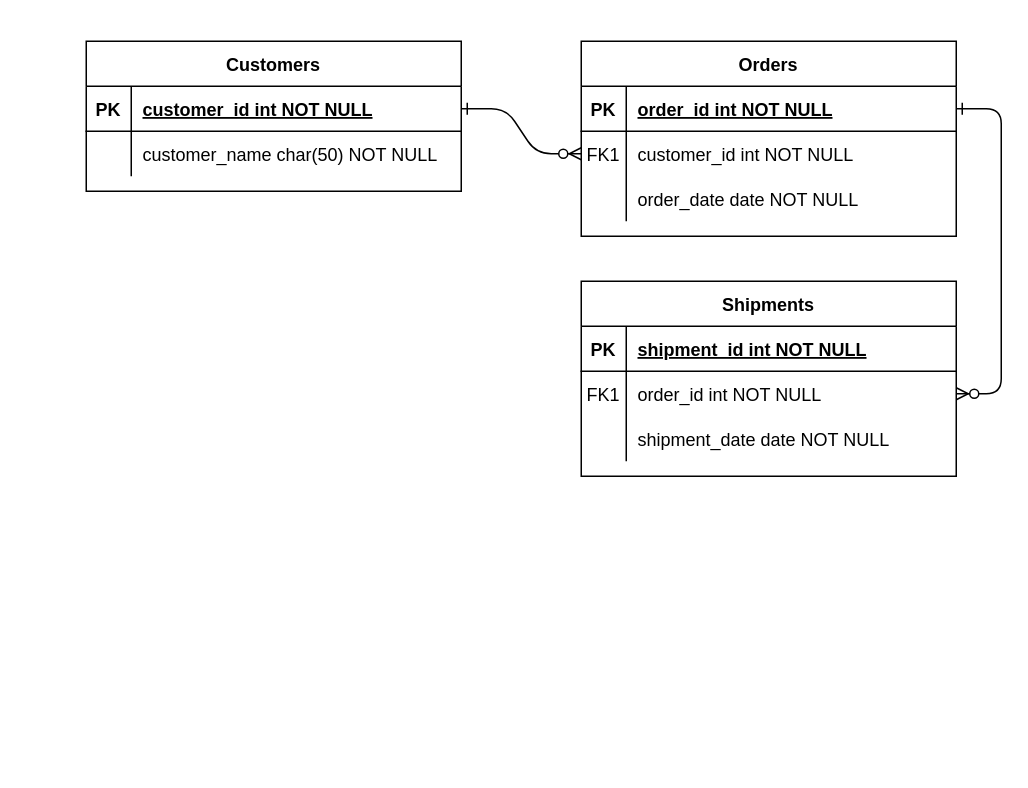
This is Диаграмма практика БД.drawio from lyudmilareshetyuk/practice-system-Gauss, a draw.io file, before an edit. Source tidied: cells renumbered, new cells numbered last; positions are measured from the earlier drawing's top-left corner, leaving out a move shared by most shapes. Both pictures are drawn from the tidied source at 150%, with x=0, y=0 at pixel (86, 40).
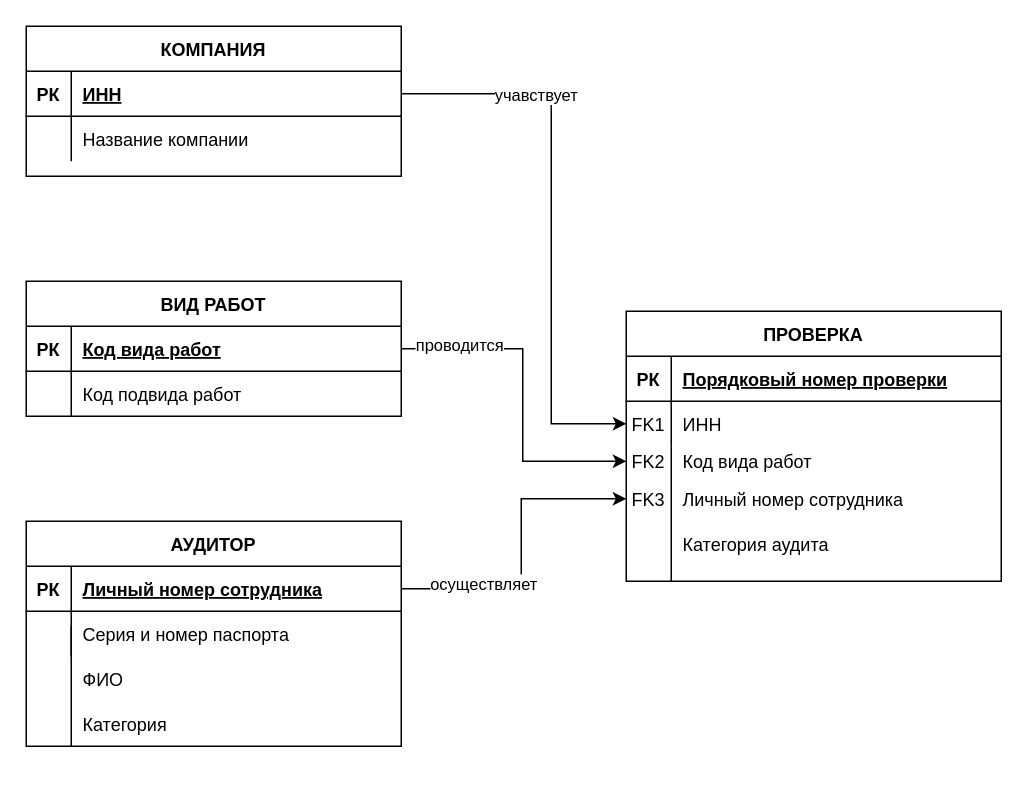
After the change.

The change refers to these unchanged cells:
```xml
<mxCell id="5" style="shape=partialRectangle;fillColor=none;points=[[0,0.5],[1,0.5]];portConstraint=eastwest;top=0;left=0;right=0;bottom=1;" parent="4" vertex="1">
  <mxGeometry y="30" width="250" height="30" as="geometry" />
</mxCell>
<mxCell id="8" style="shape=partialRectangle;fillColor=none;points=[[0,0.5],[1,0.5]];portConstraint=eastwest;top=0;left=0;right=0;bottom=0;" parent="4" vertex="1">
  <mxGeometry y="60" width="250" height="30" as="geometry" />
</mxCell>
<mxCell id="15" style="shape=partialRectangle;fillColor=none;points=[[0,0.5],[1,0.5]];portConstraint=eastwest;top=0;left=0;right=0;bottom=1;" parent="14" vertex="1">
  <mxGeometry y="30" width="250" height="30" as="geometry" />
</mxCell>
<mxCell id="18" style="shape=partialRectangle;fillColor=none;points=[[0,0.5],[1,0.5]];portConstraint=eastwest;top=0;left=0;right=0;bottom=0;" parent="14" vertex="1">
  <mxGeometry y="60" width="250" height="30" as="geometry" />
</mxCell>
<mxCell id="25" style="shape=partialRectangle;fillColor=none;points=[[0,0.5],[1,0.5]];portConstraint=eastwest;top=0;left=0;right=0;bottom=1;" parent="24" vertex="1">
  <mxGeometry y="30" width="250" height="30" as="geometry" />
</mxCell>
<mxCell id="28" style="shape=partialRectangle;fillColor=none;top=0;left=0;right=0;bottom=0;" parent="24" vertex="1">
  <mxGeometry y="60" width="250" height="30" as="geometry" />
</mxCell>
```

The edit, as a diff of the source:
```diff
@@
-    <mxCell id="2" style="edgeStyle=entityRelationEdgeStyle;endArrow=ERzeroToMany;startArrow=ERone;endFill=1;startFill=0;" parent="1" edge="1" source="25" target="8">
-      <mxGeometry relative="1" as="geometry" />
-    </mxCell>
-    <mxCell id="3" style="edgeStyle=entityRelationEdgeStyle;endArrow=ERzeroToMany;startArrow=ERone;endFill=1;startFill=0;" parent="1" edge="1" source="5" target="18">
-      <mxGeometry relative="1" as="geometry" />
-    </mxCell>
-    <mxCell id="4" value="Orders" style="shape=table;startSize=30;childLayout=tableLayout;rowLines=0;fontStyle=1;align=center;" parent="1" vertex="1">
-      <mxGeometry x="330" width="250" height="130" as="geometry" />
+    <mxCell id="4" value="ВИД РАБОТ" style="shape=table;startSize=30;childLayout=tableLayout;rowLines=0;fontStyle=1;align=center;" parent="1" vertex="1">
+      <mxGeometry x="-40" y="160" width="250" height="90" as="geometry" />
     </mxCell>
@@
-    <mxCell id="6" value="PK" style="shape=partialRectangle;overflow=hidden;fillColor=none;top=0;left=0;bottom=0;right=0;fontStyle=1;" parent="5" vertex="1">
+    <mxCell id="6" value="РК" style="shape=partialRectangle;overflow=hidden;fillColor=none;top=0;left=0;bottom=0;right=0;fontStyle=1;" parent="5" vertex="1">
       <mxGeometry width="30" height="30" as="geometry" />
     </mxCell>
-    <mxCell id="7" value="order_id int NOT NULL " style="shape=partialRectangle;overflow=hidden;fillColor=none;top=0;left=0;bottom=0;right=0;align=left;spacingLeft=6;fontStyle=5;" parent="5" vertex="1">
+    <mxCell id="7" value="Код вида работ" style="shape=partialRectangle;overflow=hidden;fillColor=none;top=0;left=0;bottom=0;right=0;align=left;spacingLeft=6;fontStyle=5;" parent="5" vertex="1">
       <mxGeometry x="30" width="220" height="30" as="geometry" />
     </mxCell>
@@
-    <mxCell id="9" value="FK1" style="shape=partialRectangle;overflow=hidden;fillColor=none;top=0;left=0;bottom=0;right=0;" parent="8" vertex="1">
+    <mxCell id="9" style="shape=partialRectangle;overflow=hidden;fillColor=none;top=0;left=0;bottom=0;right=0;" parent="8" vertex="1">
       <mxGeometry width="30" height="30" as="geometry" />
     </mxCell>
-    <mxCell id="10" value="customer_id int NOT NULL" style="shape=partialRectangle;overflow=hidden;fillColor=none;top=0;left=0;bottom=0;right=0;align=left;spacingLeft=6;" parent="8" vertex="1">
+    <mxCell id="10" value="Код подвида работ" style="shape=partialRectangle;overflow=hidden;fillColor=none;top=0;left=0;bottom=0;right=0;align=left;spacingLeft=6;" parent="8" vertex="1">
       <mxGeometry x="30" width="220" height="30" as="geometry" />
     </mxCell>
-    <mxCell id="11" style="shape=partialRectangle;fillColor=none;top=0;left=0;right=0;bottom=0;" parent="4" vertex="1">
-      <mxGeometry y="90" width="250" height="30" as="geometry" />
-    </mxCell>
-    <mxCell id="12" style="shape=partialRectangle;overflow=hidden;fillColor=none;top=0;left=0;bottom=0;right=0;" parent="11" vertex="1">
-      <mxGeometry width="30" height="30" as="geometry" />
-    </mxCell>
-    <mxCell id="13" value="order_date date NOT NULL" style="shape=partialRectangle;overflow=hidden;fillColor=none;top=0;left=0;bottom=0;right=0;align=left;spacingLeft=6;" parent="11" vertex="1">
-      <mxGeometry x="30" width="220" height="30" as="geometry" />
-    </mxCell>
-    <mxCell id="14" value="Shipments" style="shape=table;startSize=30;childLayout=tableLayout;rowLines=0;fontStyle=1;align=center;" parent="1" vertex="1">
-      <mxGeometry x="330" y="160" width="250" height="130" as="geometry" />
+    <mxCell id="14" value="КОМПАНИЯ" style="shape=table;startSize=30;childLayout=tableLayout;rowLines=0;fontStyle=1;align=center;" parent="1" vertex="1">
+      <mxGeometry x="-40" y="-10" width="250" height="100" as="geometry" />
     </mxCell>
@@
-    <mxCell id="16" value="PK" style="shape=partialRectangle;overflow=hidden;fillColor=none;top=0;left=0;bottom=0;right=0;fontStyle=1;" parent="15" vertex="1">
+    <mxCell id="16" value="РК" style="shape=partialRectangle;overflow=hidden;fillColor=none;top=0;left=0;bottom=0;right=0;fontStyle=1;" parent="15" vertex="1">
       <mxGeometry width="30" height="30" as="geometry" />
     </mxCell>
-    <mxCell id="17" value="shipment_id int NOT NULL " style="shape=partialRectangle;overflow=hidden;fillColor=none;top=0;left=0;bottom=0;right=0;align=left;spacingLeft=6;fontStyle=5;" parent="15" vertex="1">
+    <mxCell id="17" value="ИНН" style="shape=partialRectangle;overflow=hidden;fillColor=none;top=0;left=0;bottom=0;right=0;align=left;spacingLeft=6;fontStyle=5;" parent="15" vertex="1">
       <mxGeometry x="30" width="220" height="30" as="geometry" />
     </mxCell>
@@
-    <mxCell id="19" value="FK1" style="shape=partialRectangle;overflow=hidden;fillColor=none;top=0;left=0;bottom=0;right=0;" parent="18" vertex="1">
+    <mxCell id="19" style="shape=partialRectangle;overflow=hidden;fillColor=none;top=0;left=0;bottom=0;right=0;" parent="18" vertex="1">
       <mxGeometry width="30" height="30" as="geometry" />
     </mxCell>
-    <mxCell id="20" value="order_id int NOT NULL" style="shape=partialRectangle;overflow=hidden;fillColor=none;top=0;left=0;bottom=0;right=0;align=left;spacingLeft=6;" parent="18" vertex="1">
+    <mxCell id="20" value="Название компании" style="shape=partialRectangle;overflow=hidden;fillColor=none;top=0;left=0;bottom=0;right=0;align=left;spacingLeft=6;" parent="18" vertex="1">
       <mxGeometry x="30" width="220" height="30" as="geometry" />
     </mxCell>
-    <mxCell id="21" style="shape=partialRectangle;fillColor=none;top=0;left=0;right=0;bottom=0;" parent="14" vertex="1">
-      <mxGeometry y="90" width="250" height="30" as="geometry" />
-    </mxCell>
-    <mxCell id="22" style="shape=partialRectangle;overflow=hidden;fillColor=none;top=0;left=0;bottom=0;right=0;" parent="21" vertex="1">
-      <mxGeometry width="30" height="30" as="geometry" />
-    </mxCell>
-    <mxCell id="23" value="shipment_date date NOT NULL" style="shape=partialRectangle;overflow=hidden;fillColor=none;top=0;left=0;bottom=0;right=0;align=left;spacingLeft=6;" parent="21" vertex="1">
-      <mxGeometry x="30" width="220" height="30" as="geometry" />
-    </mxCell>
+    <mxCell id="31" style="group;" parent="1" vertex="1">
+      <mxGeometry x="360" y="180" width="250" height="180" as="geometry" />
+    </mxCell>
+    <mxCell id="32" value="ПРОВЕРКА" style="shape=table;startSize=30;childLayout=tableLayout;rowLines=0;fontStyle=1;align=center;" parent="31" vertex="1">
+      <mxGeometry width="250" height="180" as="geometry" />
+    </mxCell>
+    <mxCell id="33" style="shape=partialRectangle;fillColor=none;top=0;left=0;right=0;bottom=1;" parent="32" vertex="1">
+      <mxGeometry y="30" width="250" height="30" as="geometry" />
+    </mxCell>
+    <mxCell id="34" value="РК" style="shape=partialRectangle;overflow=hidden;fillColor=none;top=0;left=0;bottom=0;right=0;fontStyle=1;" parent="33" vertex="1">
+      <mxGeometry width="30" height="30" as="geometry" />
+    </mxCell>
+    <mxCell id="35" value="Порядковый номер проверки" style="shape=partialRectangle;overflow=hidden;fillColor=none;top=0;left=0;bottom=0;right=0;align=left;spacingLeft=6;fontStyle=5;" parent="33" vertex="1">
+      <mxGeometry x="30" width="220" height="30" as="geometry" />
+    </mxCell>
+    <mxCell id="36" style="shape=partialRectangle;fillColor=none;top=0;left=0;right=0;bottom=0;" parent="32" vertex="1">
+      <mxGeometry y="60" width="250" height="30" as="geometry" />
+    </mxCell>
+    <mxCell id="37" style="shape=partialRectangle;overflow=hidden;fillColor=none;top=0;left=0;bottom=0;right=0;" parent="36" vertex="1">
+      <mxGeometry width="30" height="30" as="geometry" />
+    </mxCell>
+    <mxCell id="38" style="shape=partialRectangle;overflow=hidden;fillColor=none;top=0;left=0;bottom=0;right=0;align=left;spacingLeft=6;" parent="36" vertex="1">
+      <mxGeometry x="30" width="220" height="30" as="geometry" />
+    </mxCell>
+    <mxCell id="39" style="shape=partialRectangle;fillColor=none;top=0;left=0;right=0;bottom=0;" parent="31" vertex="1">
+      <mxGeometry y="140" width="250" height="30" as="geometry" />
+    </mxCell>
+    <mxCell id="40" style="shape=partialRectangle;overflow=hidden;fillColor=none;top=0;left=0;bottom=0;right=0;" parent="39" vertex="1">
+      <mxGeometry width="30" height="30" as="geometry" />
+    </mxCell>
+    <mxCell id="41" value="Категория аудита" style="shape=partialRectangle;overflow=hidden;fillColor=none;top=0;left=0;bottom=0;right=0;align=left;spacingLeft=6;" parent="39" vertex="1">
+      <mxGeometry x="30" width="220" height="30" as="geometry" />
+    </mxCell>
+    <mxCell id="42" style="shape=partialRectangle;fillColor=none;points=[[0,0.5],[1,0.5]];portConstraint=eastwest;top=0;left=0;right=0;bottom=0;" parent="31" vertex="1">
+      <mxGeometry y="60" width="250" height="30" as="geometry" />
+    </mxCell>
+    <mxCell id="43" value="FK1" style="shape=partialRectangle;overflow=hidden;fillColor=none;top=0;left=0;bottom=0;right=0;" parent="42" vertex="1">
+      <mxGeometry width="30" height="30" as="geometry" />
+    </mxCell>
+    <mxCell id="44" value="ИНН" style="shape=partialRectangle;overflow=hidden;fillColor=none;top=0;left=0;bottom=0;right=0;align=left;spacingLeft=6;" parent="42" vertex="1">
+      <mxGeometry x="30" width="220" height="30" as="geometry" />
+    </mxCell>
+    <mxCell id="45" value="Код вида работ" style="shape=partialRectangle;overflow=hidden;fillColor=none;top=0;left=0;bottom=0;right=0;align=left;spacingLeft=6;" parent="31" vertex="1">
+      <mxGeometry x="30" y="85" width="220" height="30" as="geometry" />
+    </mxCell>
+    <mxCell id="46" value="FK2" style="shape=partialRectangle;overflow=hidden;fillColor=none;top=0;left=0;bottom=0;right=0;" parent="31" vertex="1">
+      <mxGeometry y="85" width="30" height="30" as="geometry" />
+    </mxCell>
+    <mxCell id="47" style="shape=partialRectangle;fillColor=none;points=[[0,0.5],[1,0.5]];portConstraint=eastwest;top=0;left=0;right=0;bottom=0;" parent="31" vertex="1">
+      <mxGeometry y="110" width="250" height="30" as="geometry" />
+    </mxCell>
+    <mxCell id="48" value="FK3" style="shape=partialRectangle;overflow=hidden;fillColor=none;top=0;left=0;bottom=0;right=0;" parent="47" vertex="1">
+      <mxGeometry width="30" height="30" as="geometry" />
+    </mxCell>
+    <mxCell id="49" value="Личный номер сотрудника" style="shape=partialRectangle;overflow=hidden;fillColor=none;top=0;left=0;bottom=0;right=0;align=left;spacingLeft=6;" parent="47" vertex="1">
+      <mxGeometry x="30" width="220" height="30" as="geometry" />
+    </mxCell>
+    <mxCell id="50" style="endArrow=none;html=1;rounded=0;strokeColor=#000000;" parent="31" edge="1">
+      <mxGeometry relative="1" as="geometry">
+        <mxPoint x="30" y="180" as="sourcePoint" />
+        <mxPoint x="30" y="90" as="targetPoint" />
+      </mxGeometry>
+    </mxCell>
+    <mxCell id="51" style="group;" parent="1" vertex="1">
+      <mxGeometry x="-40" y="320" width="250" height="160" as="geometry" />
+    </mxCell>
-    <mxCell id="24" value="Customers" style="shape=table;startSize=30;childLayout=tableLayout;rowLines=0;fontStyle=1;align=center;" parent="1" vertex="1">
-      <mxGeometry width="250" height="100" as="geometry" />
+    <mxCell id="24" value="АУДИТОР" style="shape=table;startSize=30;childLayout=tableLayout;rowLines=0;fontStyle=1;align=center;" parent="51" vertex="1">
+      <mxGeometry width="250" height="150" as="geometry" />
     </mxCell>
@@
-    <mxCell id="26" value="PK" style="shape=partialRectangle;overflow=hidden;fillColor=none;top=0;left=0;bottom=0;right=0;fontStyle=1;" parent="25" vertex="1">
+    <mxCell id="26" value="РК" style="shape=partialRectangle;overflow=hidden;fillColor=none;top=0;left=0;bottom=0;right=0;fontStyle=1;" parent="25" vertex="1">
       <mxGeometry width="30" height="30" as="geometry" />
     </mxCell>
-    <mxCell id="27" value="customer_id int NOT NULL " style="shape=partialRectangle;overflow=hidden;fillColor=none;top=0;left=0;bottom=0;right=0;align=left;spacingLeft=6;fontStyle=5;" parent="25" vertex="1">
+    <mxCell id="27" value="Личный номер сотрудника" style="shape=partialRectangle;overflow=hidden;fillColor=none;top=0;left=0;bottom=0;right=0;align=left;spacingLeft=6;fontStyle=5;" parent="25" vertex="1">
       <mxGeometry x="30" width="220" height="30" as="geometry" />
     </mxCell>
@@
-    <mxCell id="30" value="customer_name char(50) NOT NULL" style="shape=partialRectangle;overflow=hidden;fillColor=none;top=0;left=0;bottom=0;right=0;align=left;spacingLeft=6;" parent="28" vertex="1">
+    <mxCell id="30" value="Серия и номер паспорта" style="shape=partialRectangle;overflow=hidden;fillColor=none;top=0;left=0;bottom=0;right=0;align=left;spacingLeft=6;" parent="28" vertex="1">
       <mxGeometry x="30" width="220" height="30" as="geometry" />
     </mxCell>
+    <mxCell id="52" style="shape=partialRectangle;fillColor=none;top=0;left=0;right=0;bottom=0;" parent="51" vertex="1">
+      <mxGeometry y="100" width="250" height="30" as="geometry" />
+    </mxCell>
+    <mxCell id="53" style="shape=partialRectangle;overflow=hidden;fillColor=none;top=0;left=0;bottom=0;right=0;" parent="52" vertex="1">
+      <mxGeometry width="30" height="30" as="geometry" />
+    </mxCell>
+    <mxCell id="54" style="shape=partialRectangle;fillColor=none;top=0;left=0;right=0;bottom=0;" parent="51" vertex="1">
+      <mxGeometry y="120" width="250" height="30" as="geometry" />
+    </mxCell>
+    <mxCell id="55" style="shape=partialRectangle;overflow=hidden;fillColor=none;top=0;left=0;bottom=0;right=0;" parent="54" vertex="1">
+      <mxGeometry width="30" height="30" as="geometry" />
+    </mxCell>
+    <mxCell id="56" value="Категория" style="shape=partialRectangle;overflow=hidden;fillColor=none;top=0;left=0;bottom=0;right=0;align=left;spacingLeft=6;" parent="54" vertex="1">
+      <mxGeometry x="30" width="220" height="30" as="geometry" />
+    </mxCell>
+    <mxCell id="57" style="endArrow=none;html=1;rounded=0;strokeColor=#000000;" parent="51" edge="1">
+      <mxGeometry relative="1" as="geometry">
+        <mxPoint x="30" y="150" as="sourcePoint" />
+        <mxPoint x="30" y="70" as="targetPoint" />
+      </mxGeometry>
+    </mxCell>
+    <mxCell id="58" value="ФИО" style="shape=partialRectangle;overflow=hidden;fillColor=none;top=0;left=0;bottom=0;right=0;align=left;spacingLeft=6;" parent="51" vertex="1">
+      <mxGeometry x="30" y="90" width="220" height="30" as="geometry" />
+    </mxCell>
+    <mxCell id="59" style="edgeStyle=orthogonalEdgeStyle;rounded=0;jettySize=auto;html=1;exitX=1;exitY=0.5;exitDx=0;exitDy=0;" parent="1" edge="1" source="5">
+      <mxGeometry relative="1" as="geometry">
+        <mxPoint x="360" y="280" as="targetPoint" />
+        <Array as="points">
+          <mxPoint x="291" y="205" />
+        </Array>
+      </mxGeometry>
+    </mxCell>
+    <mxCell id="60" value="проводится" style="edgeLabel;html=1;align=center;verticalAlign=middle;" parent="59" vertex="1">
+      <mxGeometry x="-0.66" y="3" relative="1" as="geometry" />
+    </mxCell>
+    <mxCell id="61" style="edgeStyle=orthogonalEdgeStyle;rounded=0;jettySize=auto;html=1;entryX=0;entryY=0.5;entryDx=0;entryDy=0;" parent="1" edge="1" source="15" target="42">
+      <mxGeometry relative="1" as="geometry">
+        <Array as="points">
+          <mxPoint x="310" y="35" />
+          <mxPoint x="310" y="255" />
+        </Array>
+      </mxGeometry>
+    </mxCell>
+    <mxCell id="62" value="учавствует" style="edgeLabel;html=1;align=center;verticalAlign=middle;" parent="61" vertex="1">
+      <mxGeometry x="-0.52" relative="1" as="geometry" />
+    </mxCell>
+    <mxCell id="63" style="edgeStyle=orthogonalEdgeStyle;rounded=0;jettySize=auto;html=1;exitX=1;exitY=0.5;exitDx=0;exitDy=0;entryX=0;entryY=0.5;entryDx=0;entryDy=0;" parent="1" edge="1" source="25" target="47">
+      <mxGeometry relative="1" as="geometry">
+        <Array as="points">
+          <mxPoint x="290" y="365" />
+          <mxPoint x="290" y="305" />
+        </Array>
+      </mxGeometry>
+    </mxCell>
+    <mxCell id="64" value="осуществляет" style="edgeLabel;html=1;align=center;verticalAlign=middle;" parent="63" vertex="1">
+      <mxGeometry x="-0.49" y="4" relative="1" as="geometry" />
+    </mxCell>
```
